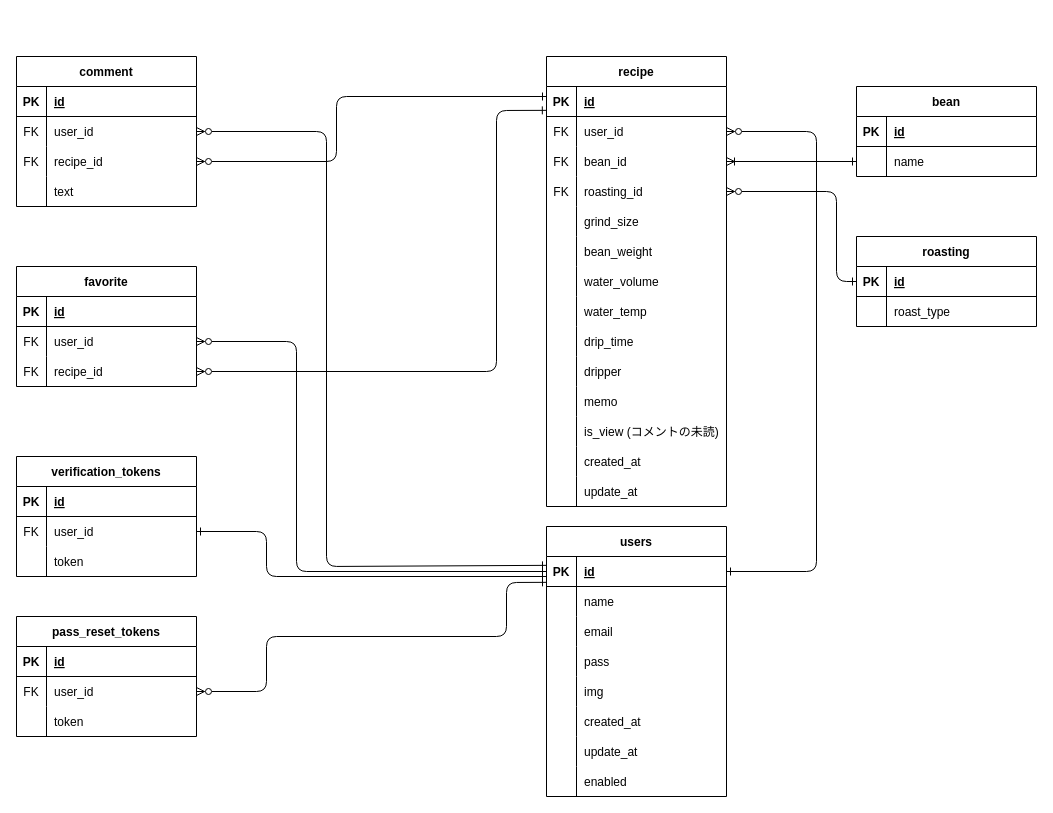
sasa-0823/my_coffee keeps this draw.io diagram as ER.dio. Above is the earlier version. Source tidied: cells renumbered, new cells numbered last; positions are measured from the earlier drawing's top-left corner, leaving out a move shared by most shapes. Both pictures are drawn from the tidied source at 100%, with x=0, y=0 at pixel (16, 56).
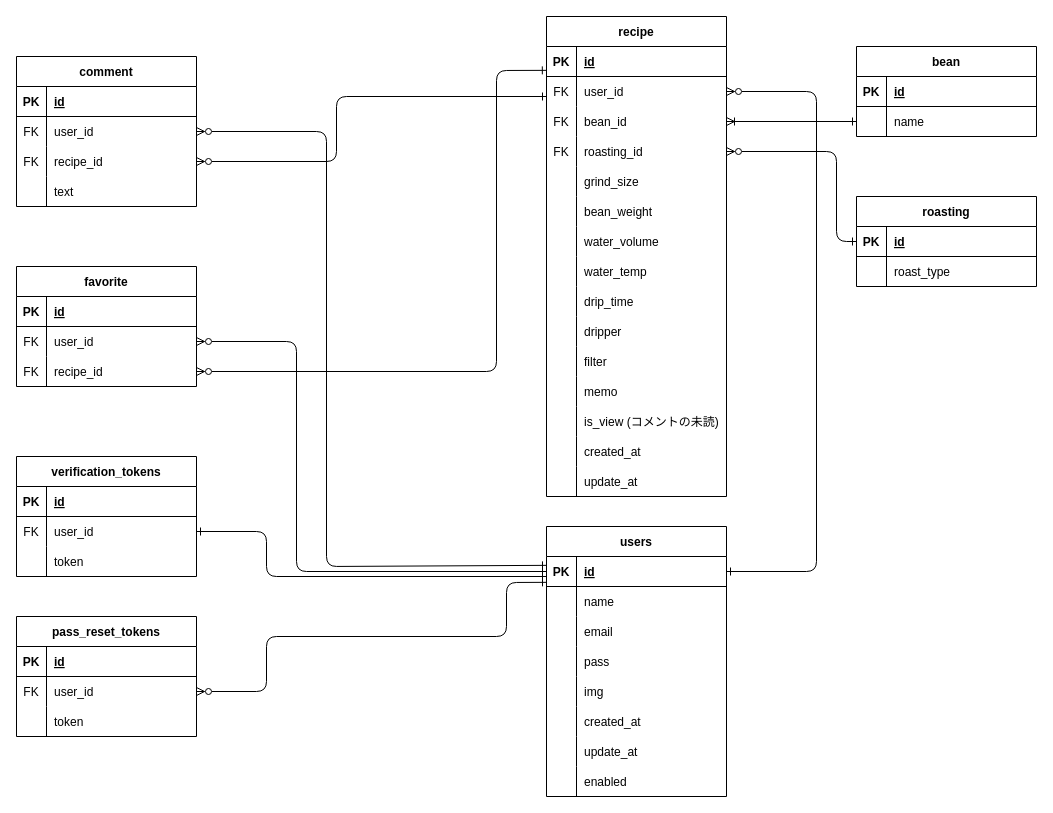
Above is the later version.

The change refers to these unchanged cells:
```xml
<mxCell id="3" style="shape=tableRow;horizontal=0;startSize=0;swimlaneHead=0;swimlaneBody=0;fillColor=none;points=[[0,0.5],[1,0.5]];portConstraint=eastwest;top=0;left=0;right=0;bottom=1;" parent="2" vertex="1">
  <mxGeometry y="30" width="180" height="30" as="geometry" />
</mxCell>
<mxCell id="6" style="shape=tableRow;horizontal=0;startSize=0;swimlaneHead=0;swimlaneBody=0;fillColor=none;points=[[0,0.5],[1,0.5]];portConstraint=eastwest;top=0;left=0;right=0;bottom=0;" parent="2" vertex="1">
  <mxGeometry y="60" width="180" height="30" as="geometry" />
</mxCell>
<mxCell id="12" style="shape=tableRow;horizontal=0;startSize=0;swimlaneHead=0;swimlaneBody=0;fillColor=none;points=[[0,0.5],[1,0.5]];portConstraint=eastwest;top=0;left=0;right=0;bottom=0;" parent="2" vertex="1">
  <mxGeometry y="120" width="180" height="30" as="geometry" />
</mxCell>
<mxCell id="33" style="shape=tableRow;horizontal=0;startSize=0;swimlaneHead=0;swimlaneBody=0;fillColor=none;top=0;left=0;right=0;bottom=0;" parent="2" vertex="1">
  <mxGeometry y="330" width="180" height="30" as="geometry" />
</mxCell>
<mxCell id="36" style="shape=tableRow;horizontal=0;startSize=0;swimlaneHead=0;swimlaneBody=0;fillColor=none;top=0;left=0;right=0;bottom=0;" parent="2" vertex="1">
  <mxGeometry y="360" width="180" height="30" as="geometry" />
</mxCell>
<mxCell id="39" style="shape=tableRow;horizontal=0;startSize=0;swimlaneHead=0;swimlaneBody=0;fillColor=none;top=0;left=0;right=0;bottom=0;" parent="2" vertex="1">
  <mxGeometry y="390" width="180" height="30" as="geometry" />
</mxCell>
<mxCell id="42" style="shape=tableRow;horizontal=0;startSize=0;swimlaneHead=0;swimlaneBody=0;fillColor=none;top=0;left=0;right=0;bottom=0;" parent="2" vertex="1">
  <mxGeometry y="420" width="180" height="30" as="geometry" />
</mxCell>
<mxCell id="46" style="shape=tableRow;horizontal=0;startSize=0;swimlaneHead=0;swimlaneBody=0;fillColor=none;points=[[0,0.5],[1,0.5]];portConstraint=eastwest;top=0;left=0;right=0;bottom=1;" parent="45" vertex="1">
  <mxGeometry y="30" width="180" height="30" as="geometry" />
</mxCell>
<mxCell id="98" style="shape=tableRow;horizontal=0;startSize=0;swimlaneHead=0;swimlaneBody=0;fillColor=none;points=[[0,0.5],[1,0.5]];portConstraint=eastwest;top=0;left=0;right=0;bottom=0;" parent="91" vertex="1">
  <mxGeometry y="90" width="180" height="30" as="geometry" />
</mxCell>
<mxCell id="129" style="shape=tableRow;horizontal=0;startSize=0;swimlaneHead=0;swimlaneBody=0;fillColor=none;points=[[0,0.5],[1,0.5]];portConstraint=eastwest;top=0;left=0;right=0;bottom=1;" parent="128" vertex="1">
  <mxGeometry y="30" width="180" height="30" as="geometry" />
</mxCell>
```

Change to the diagram source:
```diff
@@
     <mxCell id="2" value="recipe" style="shape=table;startSize=30;childLayout=tableLayout;rowLines=0;fontStyle=1;align=center;" parent="1" vertex="1">
-      <mxGeometry x="530" width="180" height="450" as="geometry" />
+      <mxGeometry x="530" y="-40" width="180" height="480" as="geometry" />
     </mxCell>
@@
-    <mxCell id="35" value="memo" style="shape=partialRectangle;fillColor=none;top=0;left=0;bottom=0;right=0;align=left;spacingLeft=6;overflow=hidden;" parent="33" vertex="1">
+    <mxCell id="35" value="filter" style="shape=partialRectangle;fillColor=none;top=0;left=0;bottom=0;right=0;align=left;spacingLeft=6;overflow=hidden;" parent="33" vertex="1">
       <mxGeometry x="30" width="150" height="30" as="geometry" />
     </mxCell>
@@
-    <mxCell id="38" value="is_view (コメントの未読)" style="shape=partialRectangle;fillColor=none;top=0;left=0;bottom=0;right=0;align=left;spacingLeft=6;overflow=hidden;" parent="36" vertex="1">
+    <mxCell id="38" value="memo" style="shape=partialRectangle;fillColor=none;top=0;left=0;bottom=0;right=0;align=left;spacingLeft=6;overflow=hidden;" parent="36" vertex="1">
       <mxGeometry x="30" width="150" height="30" as="geometry" />
     </mxCell>
@@
-    <mxCell id="41" value="created_at" style="shape=partialRectangle;fillColor=none;top=0;left=0;bottom=0;right=0;align=left;spacingLeft=6;overflow=hidden;" parent="39" vertex="1">
+    <mxCell id="41" value="is_view (コメントの未読)" style="shape=partialRectangle;fillColor=none;top=0;left=0;bottom=0;right=0;align=left;spacingLeft=6;overflow=hidden;" parent="39" vertex="1">
       <mxGeometry x="30" width="150" height="30" as="geometry" />
     </mxCell>
@@
-    <mxCell id="44" value="update_at" style="shape=partialRectangle;fillColor=none;top=0;left=0;bottom=0;right=0;align=left;spacingLeft=6;overflow=hidden;" parent="42" vertex="1">
+    <mxCell id="44" value="created_at" style="shape=partialRectangle;fillColor=none;top=0;left=0;bottom=0;right=0;align=left;spacingLeft=6;overflow=hidden;" parent="42" vertex="1">
       <mxGeometry x="30" width="150" height="30" as="geometry" />
     </mxCell>
+    <mxCell id="136" style="shape=tableRow;horizontal=0;startSize=0;swimlaneHead=0;swimlaneBody=0;fillColor=none;top=0;left=0;right=0;bottom=0;" parent="2" vertex="1">
+      <mxGeometry y="450" width="180" height="30" as="geometry" />
+    </mxCell>
+    <mxCell id="137" style="shape=partialRectangle;fillColor=none;top=0;left=0;bottom=0;right=0;overflow=hidden;" parent="136" vertex="1">
+      <mxGeometry width="30" height="30" as="geometry" />
+    </mxCell>
+    <mxCell id="138" value="update_at" style="shape=partialRectangle;fillColor=none;top=0;left=0;bottom=0;right=0;align=left;spacingLeft=6;overflow=hidden;" parent="136" vertex="1">
+      <mxGeometry x="30" width="150" height="30" as="geometry" />
+    </mxCell>
@@
     <mxCell id="117" style="edgeStyle=none;html=1;entryX=-0.001;entryY=0.795;entryDx=0;entryDy=0;exitX=1;exitY=0.5;exitDx=0;exitDy=0;endArrow=ERone;endFill=0;startArrow=ERzeroToMany;startFill=0;entryPerimeter=0;" parent="1" edge="1" source="98" target="3">
       <mxGeometry relative="1" as="geometry">
         <Array as="points">
           <mxPoint x="480" y="315" />
-          <mxPoint x="480" y="54" />
+          <mxPoint x="480" y="14" />
         </Array>
       </mxGeometry>
     </mxCell>
@@
     <mxCell id="119" style="edgeStyle=none;html=1;exitX=1;exitY=0.5;exitDx=0;exitDy=0;entryX=1;entryY=0.5;entryDx=0;entryDy=0;startArrow=ERzeroToMany;startFill=0;endArrow=ERone;endFill=0;" parent="1" edge="1" source="6" target="46">
       <mxGeometry relative="1" as="geometry">
         <Array as="points">
-          <mxPoint x="800" y="75" />
+          <mxPoint x="800" y="35" />
           <mxPoint x="800" y="515" />
         </Array>
       </mxGeometry>
     </mxCell>
     <mxCell id="120" value="bean" style="shape=table;startSize=30;childLayout=tableLayout;rowLines=0;fontStyle=1;align=center;" parent="1" vertex="1">
-      <mxGeometry x="840" y="30" width="180" height="90" as="geometry" />
+      <mxGeometry x="840" y="-10" width="180" height="90" as="geometry" />
     </mxCell>
@@
     <mxCell id="128" value="roasting" style="shape=table;startSize=30;childLayout=tableLayout;rowLines=0;fontStyle=1;align=center;" parent="1" vertex="1">
-      <mxGeometry x="840" y="180" width="180" height="90" as="geometry" />
+      <mxGeometry x="840" y="140" width="180" height="90" as="geometry" />
     </mxCell>
@@
     <mxCell id="135" style="edgeStyle=none;html=1;entryX=1;entryY=0.5;entryDx=0;entryDy=0;exitX=0;exitY=0.5;exitDx=0;exitDy=0;endArrow=ERzeroToMany;endFill=0;startArrow=ERone;startFill=0;" parent="1" edge="1" source="129" target="12">
       <mxGeometry relative="1" as="geometry">
         <Array as="points">
-          <mxPoint x="820" y="225" />
-          <mxPoint x="820" y="135" />
+          <mxPoint x="820" y="185" />
+          <mxPoint x="820" y="95" />
         </Array>
       </mxGeometry>
     </mxCell>
```
